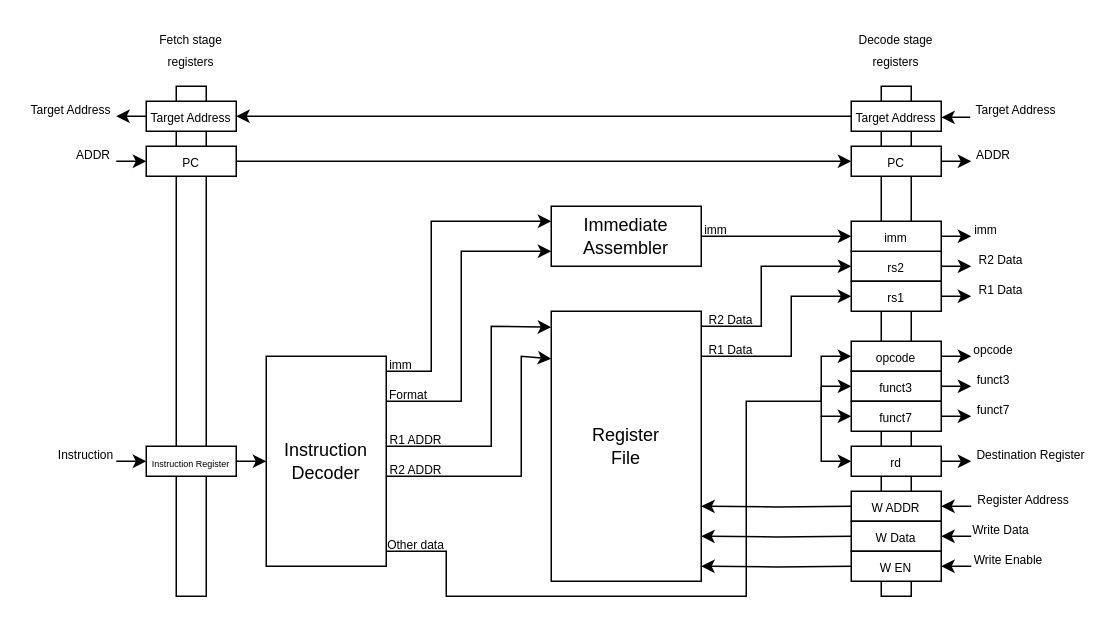
This is page "Decode stage" (3 of 6) of docs/imgs/microarchitecture/multi-cycle_datapath.drawio from WachirawichN/C0-CPU, a draw.io file, before an edit. Source tidied: cells renumbered, new cells numbered last; positions are measured from the earlier drawing's top-left corner, leaving out a move shared by most shapes. Both pictures are drawn from the tidied source at 150%, with x=0, y=0 at pixel (26, 26).
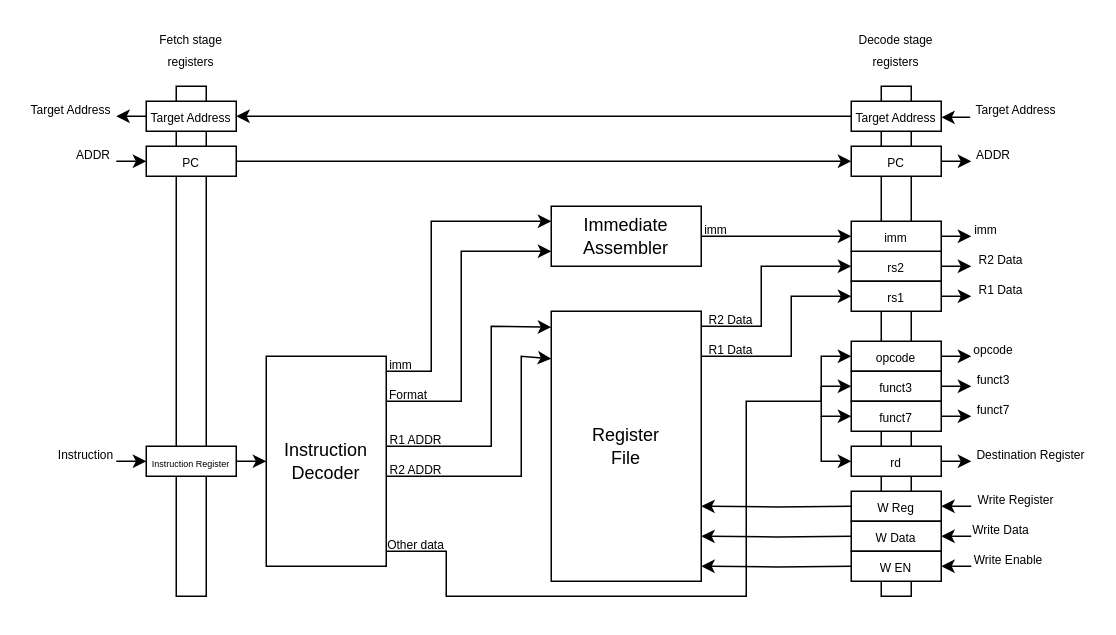
Above is the later version.

The change refers to these unchanged cells:
```xml
<mxCell id="58" style="group;" parent="1" vertex="1">
  <mxGeometry x="550" width="60" height="380" as="geometry" />
</mxCell>
```

What changed in the source:
```diff
@@
-    <mxCell id="26" value="&lt;font style=&quot;font-size: 8px;&quot;&gt;Register Address&lt;/font&gt;" style="text;html=1;whiteSpace=wrap;strokeColor=none;fillColor=none;align=center;verticalAlign=middle;rounded=0;" parent="1" vertex="1">
-      <mxGeometry x="630" y="310" width="70" height="10" as="geometry" />
+    <mxCell id="26" value="&lt;font style=&quot;font-size: 8px;&quot;&gt;Write Register&lt;/font&gt;" style="text;html=1;whiteSpace=wrap;strokeColor=none;fillColor=none;align=center;verticalAlign=middle;rounded=0;" parent="1" vertex="1">
+      <mxGeometry x="630" y="310" width="60" height="10" as="geometry" />
     </mxCell>
@@
-    <mxCell id="68" value="&lt;font style=&quot;font-size: 8px;&quot;&gt;W ADDR&lt;/font&gt;" style="rounded=0;whiteSpace=wrap;html=1;strokeColor=light-dark(#000000,#FFFFFF);fillColor=light-dark(#FFFFFF,#000000);" parent="58" vertex="1">
+    <mxCell id="68" value="&lt;font style=&quot;font-size: 8px;&quot;&gt;W Reg&lt;/font&gt;" style="rounded=0;whiteSpace=wrap;html=1;strokeColor=light-dark(#000000,#FFFFFF);fillColor=light-dark(#FFFFFF,#000000);" parent="58" vertex="1">
       <mxGeometry y="310" width="60" height="20" as="geometry" />
     </mxCell>
```
